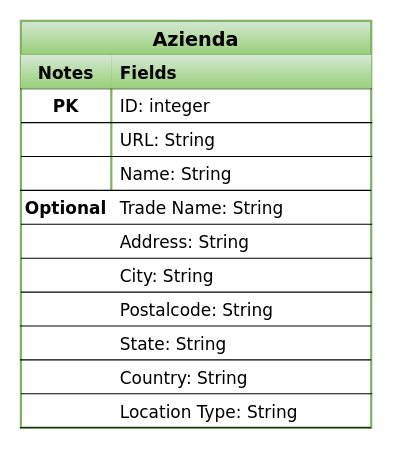
This is Modelli di dati/infoClipper-schema.drawio from piebaroni/Web-Scraping-homework5, a draw.io file, before an edit. Source tidied: cells renumbered, new cells numbered last; positions are measured from the earlier drawing's top-left corner, leaving out a move shared by most shapes. Both pictures are drawn from the tidied source at 113%, with x=0, y=0 at pixel (19, 20).
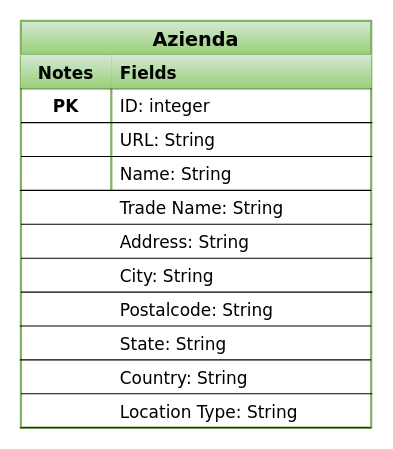
Above is the later version.

Unchanged cells that the change refers to:
```xml
<mxCell id="15" style="shape=partialRectangle;fillColor=none;top=0;left=0;bottom=0;right=0;fontSize=15;perimeterSpacing=0;strokeColor=#000000;fontStyle=1;fontFamily=Verdana;" parent="1" vertex="1">
  <mxGeometry x="1" y="150" width="310" height="30" as="geometry" />
</mxCell>
```

The edit, as a diff of the source:
```diff
@@
-    <mxCell id="16" value="Optional" style="shape=partialRectangle;fillColor=none;top=0;left=0;bottom=0;right=0;overflow=hidden;fontSize=15;fontStyle=1;fontFamily=Verdana;" parent="15" vertex="1">
+    <mxCell id="16" style="shape=partialRectangle;fillColor=none;top=0;left=0;bottom=0;right=0;overflow=hidden;fontSize=15;fontStyle=1;fontFamily=Verdana;" parent="15" vertex="1">
       <mxGeometry width="80" height="30" as="geometry" />
     </mxCell>
```
